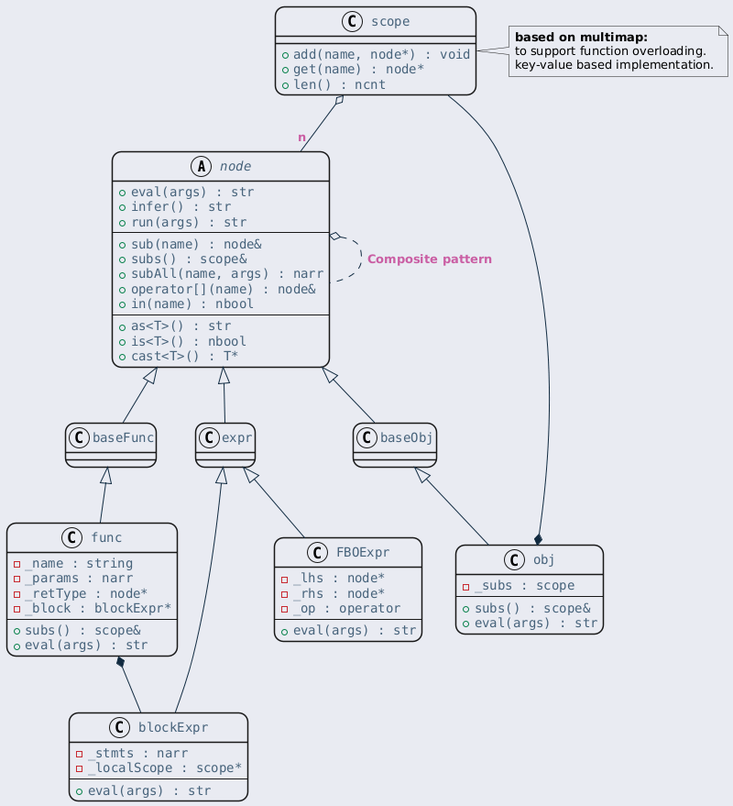
Before: ref/generated/ko/inline_umlgraph_20.png, a diagram exported from PlantUML (byeolang/website).
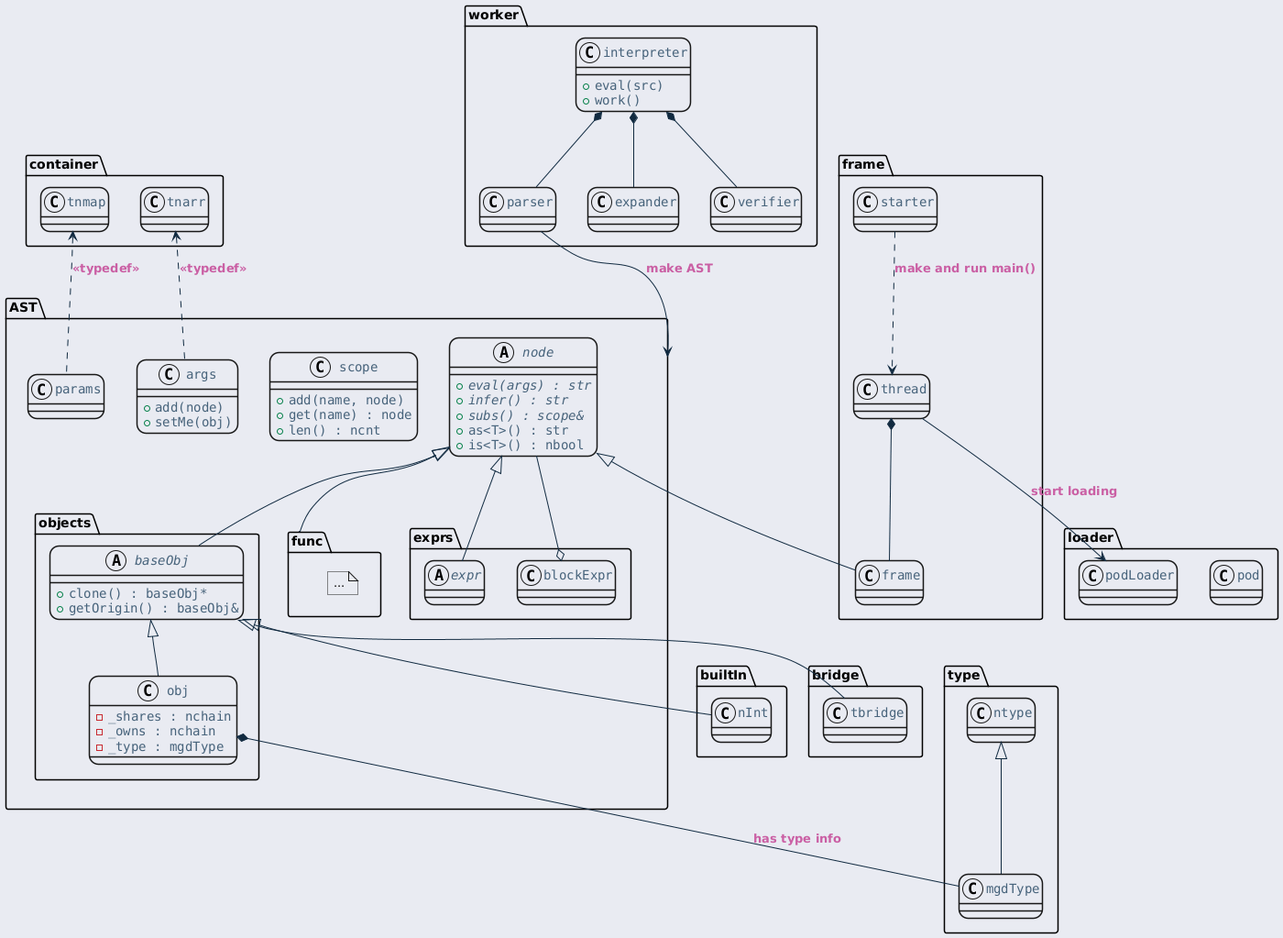
After the change.

The edit, as a diff of the source:
```diff
@@ -23,81 +23,111 @@
     }
 }
 </style>
-abstract class "node" as node {
-    + eval(args) : str
-    + infer() : str
-    + run(args) : str
-    ---
-    + sub(name) : node&
-    + subs() : scope&
-    + subAll(name, args) : narr
-    + operator[](name) : node&
-    + in(name) : nbool
-    ---
-    + as<T>() : str
-    + is<T>() : nbool
-    + cast<T>() : T*
+package container {
+  class tnarr
+  class tnmap
 }
 
-class "func" as func {
-    - _name : string
-    - _params : narr
-    - _retType : node*
-    - _block : blockExpr*
-    ---
-    + subs() : scope&
-    + eval(args) : str
+package "AST" {
+  abstract class node {
+      + {abstract} eval(args) : str
+      + {abstract} infer() : str
+      + {abstract} subs() : scope&
+      + as<T>() : str
+      + is<T>() : nbool
+  }
+
+  class scope {
+      + add(name, node)
+      + get(name) : node
+      + len() : ncnt
+  }
+
+  class args {
+      + add(node)
+      + setMe(obj)
+  }
+
+  class params
+
+  package objects {
+    abstract class baseObj {
+        + clone() : baseObj*
+        + getOrigin() : baseObj&
+    }
+    class obj {
+        - _shares : nchain
+        - _owns : nchain
+        - _type : mgdType
+    }
+  }
+
+  package func {
+    note "..." as N1
+  }
+
+  package exprs {
+    abstract class expr
+    class blockExpr
+  }
 }
 
-class "blockExpr" as blockExpr {
-    - _stmts : narr
-    - _localScope : scope*
-    ---
-    + eval(args) : str
+node <|-- baseObj
+node <|-- func
+node <|-- expr
+tnmap <.. params: <<typedef>>
+tnarr <.. args: <<typedef>>
+
+baseObj <|-- obj
+
+blockExpr o-- node
+
+package type {
+  class ntype
+  class mgdType
 }
 
-class expr {}
+ntype <|-- mgdType
+obj *-- mgdType : has type info
 
-class "FBOExpr" as FBOExpr {
-    - _lhs : node*
-    - _rhs : node*
-    - _op : operator
-    ---
-    + eval(args) : str
+package builtIn {
+  class nInt
 }
 
-class baseObj {}
+baseObj <|-- nInt
 
-class "obj" as obj {
-    - _subs : scope
-    ---
-    + subs() : scope&
-    + eval(args) : str
+package bridge {
+  class tbridge
+}
+baseObj <|-- tbridge
+
+package loader {
+  class pod
+  class podLoader
 }
 
-class "scope" as scope {
-    + add(name, node*) : void
-    + get(name) : node*
-    + len() : ncnt
+package "frame" as frame1 {
+  class frame
+  class thread
+  class starter
+}
+node <|-- frame
+thread *-- frame
+starter ..> thread: make and run main()
+thread --> podLoader: start loading
+
+package worker {
+  class interpreter {
+      + eval(src)
+      + work()
+  }
+  class parser
+  class expander
+  class verifier
 }
 
-note right of scope
-  <b>based on multimap:</b>
-  to support function overloading.
-  key-value based implementation.
-end note
-
-node <|-- baseFunc
-baseFunc <|-- func
-expr <|-- blockExpr
-node <|-- expr
-expr <|-- FBOExpr
-node <|-- baseObj
-baseObj <|-- obj
-
-node o.. node: Composite pattern
-
-func *-- blockExpr
-obj *-- scope
-scope o-- "n" node
+interpreter *-- parser
+interpreter *-- expander
+interpreter *-- verifier
+parser --> AST: make AST
 @enduml
```
